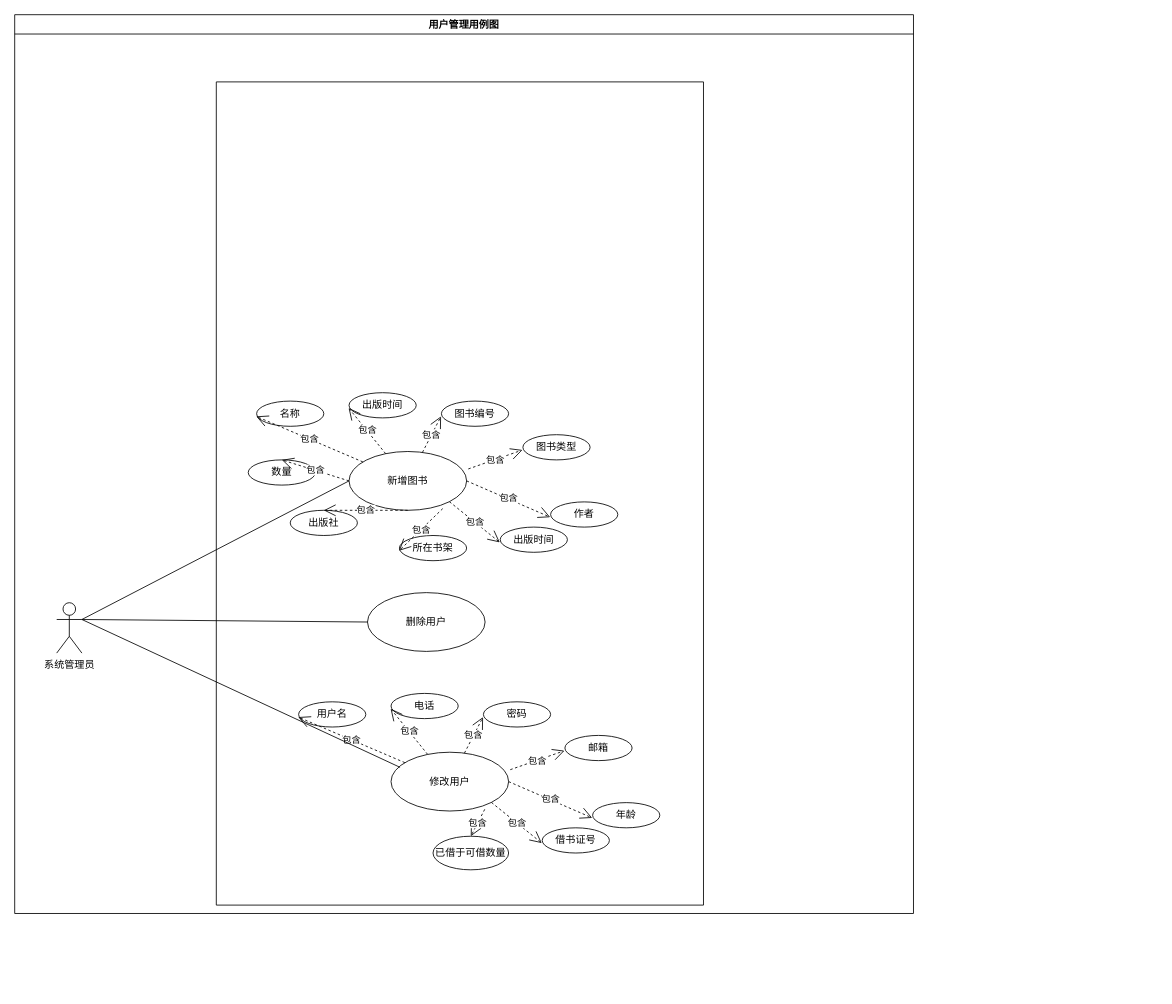
Earlier version of the draw.io diagram page "第 5 页" (5 of 19) of book.drawio (fanxy399/book). Source tidied: cells renumbered, new cells numbered last; positions are measured from the earlier drawing's top-left corner, leaving out a move shared by most shapes. Both pictures are drawn from the tidied source at 84%, with x=0, y=0 at pixel (14, 14).
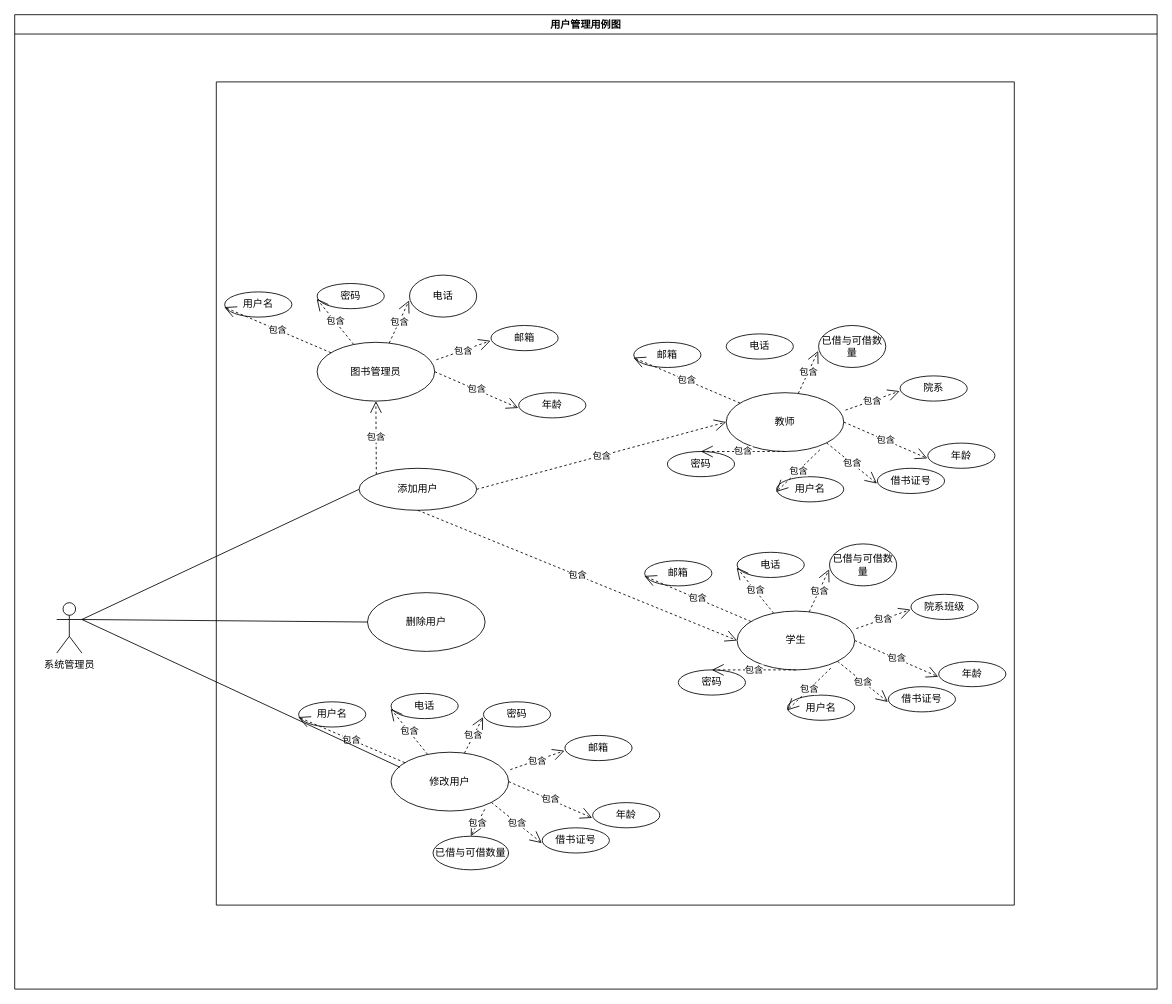
The same page after the edit.

The change refers to these unchanged cells:
```xml
<mxCell id="24" style="group;" parent="3" vertex="1">
  <mxGeometry x="88" y="728" width="440" height="210" as="geometry" />
</mxCell>
<mxCell id="41" value="系统管理员" style="shape=umlActor;verticalLabelPosition=bottom;verticalAlign=top;html=1;outlineConnect=0;" parent="2" vertex="1">
  <mxGeometry x="50" y="700" width="30" height="60" as="geometry" />
</mxCell>
```

What changed in the source:
```diff
@@
     <mxCell id="2" value="用户管理用例图" style="swimlane;whiteSpace=wrap;html=1;" parent="1" vertex="1">
-      <mxGeometry width="1070" height="1070" as="geometry" />
+      <mxGeometry width="1360" height="1160" as="geometry" />
     </mxCell>
     <mxCell id="3" style="swimlane;startSize=0;" parent="2" vertex="1">
-      <mxGeometry x="240" y="80" width="580" height="980" as="geometry" />
+      <mxGeometry x="240" y="80" width="950" height="980" as="geometry" />
     </mxCell>
-    <mxCell id="4" style="group;" parent="3" vertex="1">
-      <mxGeometry x="38" y="370" width="440" height="200" as="geometry" />
-    </mxCell>
-    <mxCell id="5" value="新增图书" style="ellipse;whiteSpace=wrap;html=1;" parent="4" vertex="1">
-      <mxGeometry x="120" y="70" width="140" height="70" as="geometry" />
-    </mxCell>
-    <mxCell id="6" value="图书编号" style="ellipse;whiteSpace=wrap;html=1;" parent="4" vertex="1">
-      <mxGeometry x="230" y="10" width="80" height="30" as="geometry" />
-    </mxCell>
-    <mxCell id="7" value="包含" style="endArrow=open;endSize=12;dashed=1;html=1;rounded=0;entryX=-0.006;entryY=0.606;entryDx=0;entryDy=0;entryPerimeter=0;" parent="4" edge="1" source="5" target="6">
-      <mxGeometry relative="1" as="geometry" />
-    </mxCell>
-    <mxCell id="8" value="出版社" style="ellipse;whiteSpace=wrap;html=1;" parent="4" vertex="1">
-      <mxGeometry x="50" y="140" width="80" height="30" as="geometry" />
-    </mxCell>
-    <mxCell id="9" value="包含" style="endArrow=open;endSize=12;dashed=1;html=1;rounded=0;entryX=0.5;entryY=0;entryDx=0;entryDy=0;exitX=0.5;exitY=1;exitDx=0;exitDy=0;" parent="4" edge="1" source="5" target="8">
-      <mxGeometry relative="1" as="geometry" />
-    </mxCell>
-    <mxCell id="10" value="名称" style="ellipse;whiteSpace=wrap;html=1;" parent="4" vertex="1">
-      <mxGeometry x="10" y="10" width="80" height="30" as="geometry" />
-    </mxCell>
-    <mxCell id="11" value="所在书架" style="ellipse;whiteSpace=wrap;html=1;" parent="4" vertex="1">
-      <mxGeometry x="180" y="170" width="80" height="30" as="geometry" />
-    </mxCell>
-    <mxCell id="12" value="出版时间" style="ellipse;whiteSpace=wrap;html=1;" parent="4" vertex="1">
-      <mxGeometry x="300" y="160" width="80" height="30" as="geometry" />
-    </mxCell>
-    <mxCell id="13" value="包含" style="endArrow=open;endSize=12;dashed=1;html=1;rounded=0;exitX=0.797;exitY=0.971;exitDx=0;exitDy=0;entryX=-0.006;entryY=0.606;entryDx=0;entryDy=0;entryPerimeter=0;exitPerimeter=0;" parent="4" edge="1" source="5" target="11">
-      <mxGeometry relative="1" as="geometry" />
-    </mxCell>
-    <mxCell id="14" value="包含" style="endArrow=open;endSize=12;dashed=1;html=1;rounded=0;exitX=1;exitY=1;exitDx=0;exitDy=0;entryX=-0.006;entryY=0.606;entryDx=0;entryDy=0;entryPerimeter=0;" parent="4" edge="1" source="5" target="12">
-      <mxGeometry relative="1" as="geometry" />
-    </mxCell>
-    <mxCell id="15" value="出版时间" style="ellipse;whiteSpace=wrap;html=1;" parent="4" vertex="1">
-      <mxGeometry x="120" width="80" height="30" as="geometry" />
-    </mxCell>
-    <mxCell id="16" value="包含" style="endArrow=open;endSize=12;dashed=1;html=1;rounded=0;entryX=-0.006;entryY=0.606;entryDx=0;entryDy=0;entryPerimeter=0;" parent="4" edge="1" source="5" target="15">
-      <mxGeometry relative="1" as="geometry" />
-    </mxCell>
-    <mxCell id="17" value="图书类型" style="ellipse;whiteSpace=wrap;html=1;" parent="4" vertex="1">
-      <mxGeometry x="327" y="50" width="80" height="30" as="geometry" />
-    </mxCell>
-    <mxCell id="18" value="包含" style="endArrow=open;endSize=12;dashed=1;html=1;rounded=0;exitX=1.014;exitY=0.297;exitDx=0;exitDy=0;entryX=-0.006;entryY=0.606;entryDx=0;entryDy=0;entryPerimeter=0;exitPerimeter=0;" parent="4" edge="1" source="5" target="17">
-      <mxGeometry relative="1" as="geometry" />
-    </mxCell>
-    <mxCell id="19" value="作者" style="ellipse;whiteSpace=wrap;html=1;" parent="4" vertex="1">
-      <mxGeometry x="360" y="130" width="80" height="30" as="geometry" />
-    </mxCell>
-    <mxCell id="20" value="包含" style="endArrow=open;endSize=12;dashed=1;html=1;rounded=0;exitX=1;exitY=0.5;exitDx=0;exitDy=0;entryX=-0.006;entryY=0.606;entryDx=0;entryDy=0;entryPerimeter=0;" parent="4" edge="1" source="5" target="19">
-      <mxGeometry relative="1" as="geometry" />
-    </mxCell>
-    <mxCell id="21" value="数量" style="ellipse;whiteSpace=wrap;html=1;" parent="4" vertex="1">
-      <mxGeometry y="80" width="80" height="30" as="geometry" />
-    </mxCell>
-    <mxCell id="22" value="包含" style="endArrow=open;endSize=12;dashed=1;html=1;rounded=0;exitX=0;exitY=0.5;exitDx=0;exitDy=0;entryX=0.5;entryY=0;entryDx=0;entryDy=0;" parent="4" edge="1" source="5" target="21">
-      <mxGeometry relative="1" as="geometry" />
-    </mxCell>
-    <mxCell id="23" value="包含" style="endArrow=open;endSize=12;dashed=1;html=1;rounded=0;entryX=-0.006;entryY=0.606;entryDx=0;entryDy=0;entryPerimeter=0;" parent="4" edge="1" source="5" target="10">
-      <mxGeometry relative="1" as="geometry" />
-    </mxCell>
@@
-    <mxCell id="29" value="已借于可借数量" style="ellipse;whiteSpace=wrap;html=1;" parent="24" vertex="1">
+    <mxCell id="29" value="已借与可借数量" style="ellipse;whiteSpace=wrap;html=1;" parent="24" vertex="1">
       <mxGeometry x="170" y="170" width="90" height="40" as="geometry" />
     </mxCell>
@@
+    <mxCell id="45" value="添加用户" style="ellipse;whiteSpace=wrap;html=1;" parent="3" vertex="1">
+      <mxGeometry x="170" y="460" width="140" height="50" as="geometry" />
+    </mxCell>
+    <mxCell id="46" style="group;" parent="3" vertex="1">
+      <mxGeometry y="240" width="440" height="200" as="geometry" />
+    </mxCell>
+    <mxCell id="47" value="图书管理员" style="ellipse;whiteSpace=wrap;html=1;" parent="46" vertex="1">
+      <mxGeometry x="120" y="70" width="140" height="70" as="geometry" />
+    </mxCell>
+    <mxCell id="48" value="电话" style="ellipse;whiteSpace=wrap;html=1;" parent="46" vertex="1">
+      <mxGeometry x="230" y="-10" width="80" height="50" as="geometry" />
+    </mxCell>
+    <mxCell id="49" value="包含" style="endArrow=open;endSize=12;dashed=1;html=1;rounded=0;entryX=-0.006;entryY=0.606;entryDx=0;entryDy=0;entryPerimeter=0;" parent="46" edge="1" source="47" target="48">
+      <mxGeometry relative="1" as="geometry" />
+    </mxCell>
+    <mxCell id="50" value="用户名" style="ellipse;whiteSpace=wrap;html=1;" parent="46" vertex="1">
+      <mxGeometry x="10" y="10" width="80" height="30" as="geometry" />
+    </mxCell>
+    <mxCell id="51" value="密码" style="ellipse;whiteSpace=wrap;html=1;" parent="46" vertex="1">
+      <mxGeometry x="120" width="80" height="30" as="geometry" />
+    </mxCell>
+    <mxCell id="52" value="包含" style="endArrow=open;endSize=12;dashed=1;html=1;rounded=0;entryX=-0.006;entryY=0.606;entryDx=0;entryDy=0;entryPerimeter=0;" parent="46" edge="1" source="47" target="51">
+      <mxGeometry relative="1" as="geometry" />
+    </mxCell>
+    <mxCell id="53" value="邮箱" style="ellipse;whiteSpace=wrap;html=1;" parent="46" vertex="1">
+      <mxGeometry x="327" y="50" width="80" height="30" as="geometry" />
+    </mxCell>
+    <mxCell id="54" value="包含" style="endArrow=open;endSize=12;dashed=1;html=1;rounded=0;exitX=1.014;exitY=0.297;exitDx=0;exitDy=0;entryX=-0.006;entryY=0.606;entryDx=0;entryDy=0;entryPerimeter=0;exitPerimeter=0;" parent="46" edge="1" source="47" target="53">
+      <mxGeometry relative="1" as="geometry" />
+    </mxCell>
+    <mxCell id="55" value="年龄" style="ellipse;whiteSpace=wrap;html=1;" parent="46" vertex="1">
+      <mxGeometry x="360" y="130" width="80" height="30" as="geometry" />
+    </mxCell>
+    <mxCell id="56" value="包含" style="endArrow=open;endSize=12;dashed=1;html=1;rounded=0;exitX=1;exitY=0.5;exitDx=0;exitDy=0;entryX=-0.006;entryY=0.606;entryDx=0;entryDy=0;entryPerimeter=0;" parent="46" edge="1" source="47" target="55">
+      <mxGeometry relative="1" as="geometry" />
+    </mxCell>
+    <mxCell id="57" value="包含" style="endArrow=open;endSize=12;dashed=1;html=1;rounded=0;entryX=-0.006;entryY=0.606;entryDx=0;entryDy=0;entryPerimeter=0;" parent="46" edge="1" source="47" target="50">
+      <mxGeometry relative="1" as="geometry" />
+    </mxCell>
+    <mxCell id="58" value="包含" style="endArrow=open;endSize=12;dashed=1;html=1;rounded=0;exitX=0;exitY=0;exitDx=0;exitDy=0;entryX=0.5;entryY=1;entryDx=0;entryDy=0;" parent="3" edge="1" source="45" target="47">
+      <mxGeometry relative="1" as="geometry" />
+    </mxCell>
+    <mxCell id="59" style="group;" parent="3" vertex="1">
+      <mxGeometry x="487" y="300" width="440" height="200" as="geometry" />
+    </mxCell>
+    <mxCell id="60" value="教师" style="ellipse;whiteSpace=wrap;html=1;" parent="59" vertex="1">
+      <mxGeometry x="120" y="70" width="140" height="70" as="geometry" />
+    </mxCell>
+    <mxCell id="61" value="已借与可借数量" style="ellipse;whiteSpace=wrap;html=1;" parent="59" vertex="1">
+      <mxGeometry x="230" y="-10" width="80" height="50" as="geometry" />
+    </mxCell>
+    <mxCell id="62" value="包含" style="endArrow=open;endSize=12;dashed=1;html=1;rounded=0;entryX=-0.006;entryY=0.606;entryDx=0;entryDy=0;entryPerimeter=0;" parent="59" edge="1" source="60" target="61">
+      <mxGeometry relative="1" as="geometry" />
+    </mxCell>
+    <mxCell id="63" value="密码" style="ellipse;whiteSpace=wrap;html=1;" parent="59" vertex="1">
+      <mxGeometry x="50" y="140" width="80" height="30" as="geometry" />
+    </mxCell>
+    <mxCell id="64" value="包含" style="endArrow=open;endSize=12;dashed=1;html=1;rounded=0;entryX=0.5;entryY=0;entryDx=0;entryDy=0;exitX=0.5;exitY=1;exitDx=0;exitDy=0;" parent="59" edge="1" source="60" target="63">
+      <mxGeometry relative="1" as="geometry" />
+    </mxCell>
+    <mxCell id="65" value="邮箱" style="ellipse;whiteSpace=wrap;html=1;" parent="59" vertex="1">
+      <mxGeometry x="10" y="10" width="80" height="30" as="geometry" />
+    </mxCell>
+    <mxCell id="66" value="用户名" style="ellipse;whiteSpace=wrap;html=1;" parent="59" vertex="1">
+      <mxGeometry x="180" y="170" width="80" height="30" as="geometry" />
+    </mxCell>
+    <mxCell id="67" value="借书证号" style="ellipse;whiteSpace=wrap;html=1;" parent="59" vertex="1">
+      <mxGeometry x="300" y="160" width="80" height="30" as="geometry" />
+    </mxCell>
+    <mxCell id="68" value="包含" style="endArrow=open;endSize=12;dashed=1;html=1;rounded=0;exitX=0.797;exitY=0.971;exitDx=0;exitDy=0;entryX=-0.006;entryY=0.606;entryDx=0;entryDy=0;entryPerimeter=0;exitPerimeter=0;" parent="59" edge="1" source="60" target="66">
+      <mxGeometry relative="1" as="geometry" />
+    </mxCell>
+    <mxCell id="69" value="包含" style="endArrow=open;endSize=12;dashed=1;html=1;rounded=0;exitX=1;exitY=1;exitDx=0;exitDy=0;entryX=-0.006;entryY=0.606;entryDx=0;entryDy=0;entryPerimeter=0;" parent="59" edge="1" source="60" target="67">
+      <mxGeometry relative="1" as="geometry" />
+    </mxCell>
+    <mxCell id="70" value="电话" style="ellipse;whiteSpace=wrap;html=1;" parent="59" vertex="1">
+      <mxGeometry x="120" width="80" height="30" as="geometry" />
+    </mxCell>
+    <mxCell id="71" value="院系" style="ellipse;whiteSpace=wrap;html=1;" parent="59" vertex="1">
+      <mxGeometry x="327" y="50" width="80" height="30" as="geometry" />
+    </mxCell>
+    <mxCell id="72" value="包含" style="endArrow=open;endSize=12;dashed=1;html=1;rounded=0;exitX=1.014;exitY=0.297;exitDx=0;exitDy=0;entryX=-0.006;entryY=0.606;entryDx=0;entryDy=0;entryPerimeter=0;exitPerimeter=0;" parent="59" edge="1" source="60" target="71">
+      <mxGeometry relative="1" as="geometry" />
+    </mxCell>
+    <mxCell id="73" value="年龄" style="ellipse;whiteSpace=wrap;html=1;" parent="59" vertex="1">
+      <mxGeometry x="360" y="130" width="80" height="30" as="geometry" />
+    </mxCell>
+    <mxCell id="74" value="包含" style="endArrow=open;endSize=12;dashed=1;html=1;rounded=0;exitX=1;exitY=0.5;exitDx=0;exitDy=0;entryX=-0.006;entryY=0.606;entryDx=0;entryDy=0;entryPerimeter=0;" parent="59" edge="1" source="60" target="73">
+      <mxGeometry relative="1" as="geometry" />
+    </mxCell>
+    <mxCell id="75" value="包含" style="endArrow=open;endSize=12;dashed=1;html=1;rounded=0;entryX=-0.006;entryY=0.606;entryDx=0;entryDy=0;entryPerimeter=0;" parent="59" edge="1" source="60" target="65">
+      <mxGeometry relative="1" as="geometry" />
+    </mxCell>
+    <mxCell id="76" value="包含" style="endArrow=open;endSize=12;dashed=1;html=1;rounded=0;exitX=1;exitY=0.5;exitDx=0;exitDy=0;entryX=0;entryY=0.5;entryDx=0;entryDy=0;" parent="3" edge="1" source="45" target="60">
+      <mxGeometry relative="1" as="geometry" />
+    </mxCell>
+    <mxCell id="77" style="group;" parent="3" vertex="1">
+      <mxGeometry x="500" y="560" width="440" height="200" as="geometry" />
+    </mxCell>
+    <mxCell id="78" value="学生" style="ellipse;whiteSpace=wrap;html=1;" parent="77" vertex="1">
+      <mxGeometry x="120" y="70" width="140" height="70" as="geometry" />
+    </mxCell>
+    <mxCell id="79" value="已借与可借数量" style="ellipse;whiteSpace=wrap;html=1;" parent="77" vertex="1">
+      <mxGeometry x="230" y="-10" width="80" height="50" as="geometry" />
+    </mxCell>
+    <mxCell id="80" value="包含" style="endArrow=open;endSize=12;dashed=1;html=1;rounded=0;entryX=-0.006;entryY=0.606;entryDx=0;entryDy=0;entryPerimeter=0;" parent="77" edge="1" source="78" target="79">
+      <mxGeometry relative="1" as="geometry" />
+    </mxCell>
+    <mxCell id="81" value="密码" style="ellipse;whiteSpace=wrap;html=1;" parent="77" vertex="1">
+      <mxGeometry x="50" y="140" width="80" height="30" as="geometry" />
+    </mxCell>
+    <mxCell id="82" value="包含" style="endArrow=open;endSize=12;dashed=1;html=1;rounded=0;entryX=0.5;entryY=0;entryDx=0;entryDy=0;exitX=0.5;exitY=1;exitDx=0;exitDy=0;" parent="77" edge="1" source="78" target="81">
+      <mxGeometry relative="1" as="geometry" />
+    </mxCell>
+    <mxCell id="83" value="邮箱" style="ellipse;whiteSpace=wrap;html=1;" parent="77" vertex="1">
+      <mxGeometry x="10" y="10" width="80" height="30" as="geometry" />
+    </mxCell>
+    <mxCell id="84" value="用户名" style="ellipse;whiteSpace=wrap;html=1;" parent="77" vertex="1">
+      <mxGeometry x="180" y="170" width="80" height="30" as="geometry" />
+    </mxCell>
+    <mxCell id="85" value="借书证号" style="ellipse;whiteSpace=wrap;html=1;" parent="77" vertex="1">
+      <mxGeometry x="300" y="160" width="80" height="30" as="geometry" />
+    </mxCell>
+    <mxCell id="86" value="包含" style="endArrow=open;endSize=12;dashed=1;html=1;rounded=0;exitX=0.797;exitY=0.971;exitDx=0;exitDy=0;entryX=-0.006;entryY=0.606;entryDx=0;entryDy=0;entryPerimeter=0;exitPerimeter=0;" parent="77" edge="1" source="78" target="84">
+      <mxGeometry relative="1" as="geometry" />
+    </mxCell>
+    <mxCell id="87" value="包含" style="endArrow=open;endSize=12;dashed=1;html=1;rounded=0;exitX=1;exitY=1;exitDx=0;exitDy=0;entryX=-0.006;entryY=0.606;entryDx=0;entryDy=0;entryPerimeter=0;" parent="77" edge="1" source="78" target="85">
+      <mxGeometry relative="1" as="geometry" />
+    </mxCell>
+    <mxCell id="88" value="电话" style="ellipse;whiteSpace=wrap;html=1;" parent="77" vertex="1">
+      <mxGeometry x="120" width="80" height="30" as="geometry" />
+    </mxCell>
+    <mxCell id="89" value="包含" style="endArrow=open;endSize=12;dashed=1;html=1;rounded=0;entryX=-0.006;entryY=0.606;entryDx=0;entryDy=0;entryPerimeter=0;" parent="77" edge="1" source="78" target="88">
+      <mxGeometry relative="1" as="geometry" />
+    </mxCell>
+    <mxCell id="90" value="院系班级" style="ellipse;whiteSpace=wrap;html=1;" parent="77" vertex="1">
+      <mxGeometry x="327" y="50" width="80" height="30" as="geometry" />
+    </mxCell>
+    <mxCell id="91" value="包含" style="endArrow=open;endSize=12;dashed=1;html=1;rounded=0;exitX=1.014;exitY=0.297;exitDx=0;exitDy=0;entryX=-0.006;entryY=0.606;entryDx=0;entryDy=0;entryPerimeter=0;exitPerimeter=0;" parent="77" edge="1" source="78" target="90">
+      <mxGeometry relative="1" as="geometry" />
+    </mxCell>
+    <mxCell id="92" value="年龄" style="ellipse;whiteSpace=wrap;html=1;" parent="77" vertex="1">
+      <mxGeometry x="360" y="130" width="80" height="30" as="geometry" />
+    </mxCell>
+    <mxCell id="93" value="包含" style="endArrow=open;endSize=12;dashed=1;html=1;rounded=0;exitX=1;exitY=0.5;exitDx=0;exitDy=0;entryX=-0.006;entryY=0.606;entryDx=0;entryDy=0;entryPerimeter=0;" parent="77" edge="1" source="78" target="92">
+      <mxGeometry relative="1" as="geometry" />
+    </mxCell>
+    <mxCell id="94" value="包含" style="endArrow=open;endSize=12;dashed=1;html=1;rounded=0;entryX=-0.006;entryY=0.606;entryDx=0;entryDy=0;entryPerimeter=0;" parent="77" edge="1" source="78" target="83">
+      <mxGeometry relative="1" as="geometry" />
+    </mxCell>
+    <mxCell id="95" value="包含" style="endArrow=open;endSize=12;dashed=1;html=1;rounded=0;exitX=0.5;exitY=1;exitDx=0;exitDy=0;entryX=0;entryY=0.5;entryDx=0;entryDy=0;" parent="3" edge="1" source="45" target="78">
+      <mxGeometry relative="1" as="geometry" />
+    </mxCell>
@@
-    <mxCell id="43" style="endArrow=none;html=1;rounded=0;entryX=0;entryY=0.5;entryDx=0;entryDy=0;exitX=1;exitY=0.3333333333333333;exitDx=0;exitDy=0;exitPerimeter=0;" parent="2" edge="1" source="41" target="5">
+    <mxCell id="43" style="endArrow=none;html=1;rounded=0;exitX=1;exitY=0.3333333333333333;exitDx=0;exitDy=0;exitPerimeter=0;entryX=0;entryY=0.5;entryDx=0;entryDy=0;" parent="2" edge="1" source="41" target="45">
       <mxGeometry relative="1" as="geometry" />
     </mxCell>
```
